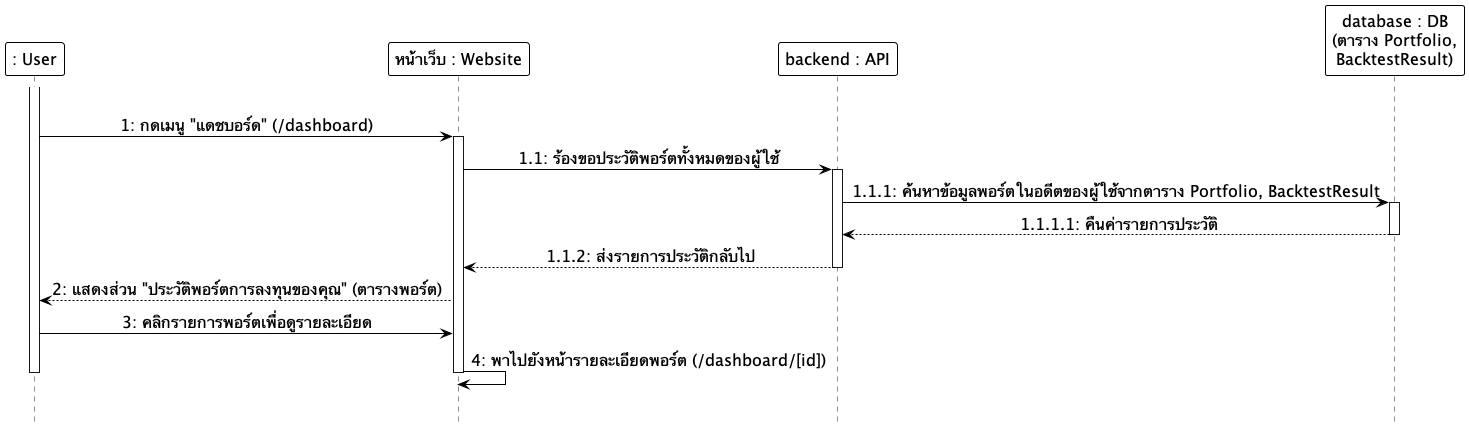
Anatta-at/my-portfolio-app keeps this PlantUML diagram as docs/diagrams/images/sequence/sequence_09_view_history.png. Above is the earlier version. Source of this version:
```plantuml
@startuml
hide footbox
skinparam monochrome true
skinparam shadowing false
skinparam backgroundcolor transparent
skinparam ParticipantMinHeight 60
skinparam ParticipantMinWidth 160
skinparam ParticipantBackgroundColor white
skinparam ParticipantBorderColor black
skinparam ParticipantBorderThickness 1.0
skinparam ParticipantFontSize 16
skinparam LifeLineBackgroundColor white
skinparam LifeLineBorderColor black
skinparam LifeLineBorderThickness 1.0
skinparam ArrowColor black
skinparam ArrowFontSize 16
skinparam sequenceMessageAlign center

participant ": User" as User
participant "หน้าเว็บ : Website" as Frontend
participant "backend : API" as Backend
participant "database : DB\n(ตาราง Portfolio,\nBacktestResult)" as DB

|||
activate User
User -> Frontend: 1: กดเมนู "แดชบอร์ด" (/dashboard)
activate Frontend
Frontend -> Backend: 1.1: ร้องขอประวัติพอร์ตทั้งหมดของผู้ใช้
activate Backend
Backend -> DB: 1.1.1: ค้นหาข้อมูลพอร์ตในอดีตของผู้ใช้จากตาราง Portfolio, BacktestResult
activate DB
DB --> Backend: 1.1.1.1: คืนค่ารายการประวัติ
deactivate DB
Backend --> Frontend: 1.1.2: ส่งรายการประวัติกลับไป
deactivate Backend
Frontend --> User: 2: แสดงส่วน "ประวัติพอร์ตการลงทุนของคุณ" (ตารางพอร์ต)
User -> Frontend: 3: คลิกรายการพอร์ตเพื่อดูรายละเอียด
Frontend -> Frontend: 4: พาไปยังหน้ารายละเอียดพอร์ต (/dashboard/[id])
deactivate Frontend
deactivate User
|||
@enduml
```
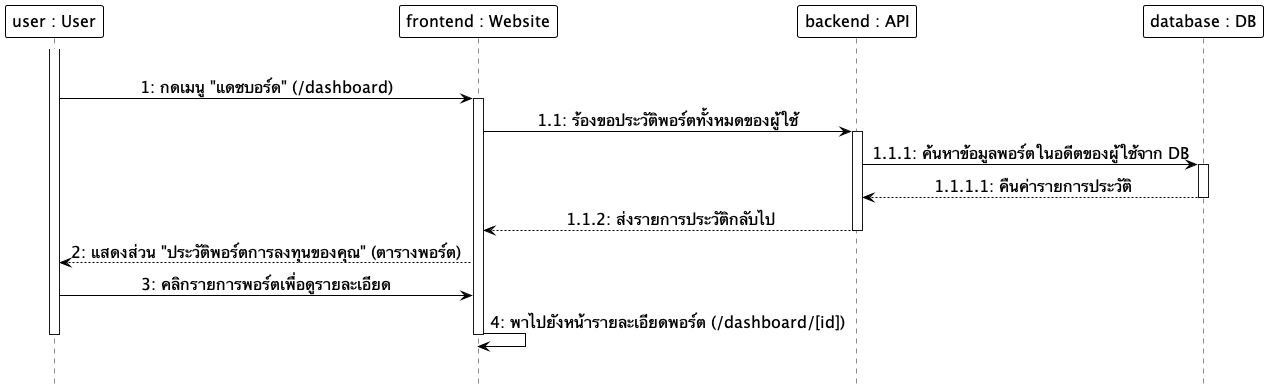
Above is the later version.

Change to the diagram source:
```diff
@@ -16,10 +16,10 @@
 skinparam ArrowFontSize 16
 skinparam sequenceMessageAlign center
 
-participant ": User" as User
-participant "หน้าเว็บ : Website" as Frontend
+participant "user : User" as User
+participant "frontend : Website" as Frontend
 participant "backend : API" as Backend
-participant "database : DB\n(ตาราง Portfolio,\nBacktestResult)" as DB
+participant "database : DB" as DB
 
 |||
 activate User
@@ -27,7 +27,7 @@
 activate Frontend
 Frontend -> Backend: 1.1: ร้องขอประวัติพอร์ตทั้งหมดของผู้ใช้
 activate Backend
-Backend -> DB: 1.1.1: ค้นหาข้อมูลพอร์ตในอดีตของผู้ใช้จากตาราง Portfolio, BacktestResult
+Backend -> DB: 1.1.1: ค้นหาข้อมูลพอร์ตในอดีตของผู้ใช้จาก DB
 activate DB
 DB --> Backend: 1.1.1.1: คืนค่ารายการประวัติ
 deactivate DB
```
